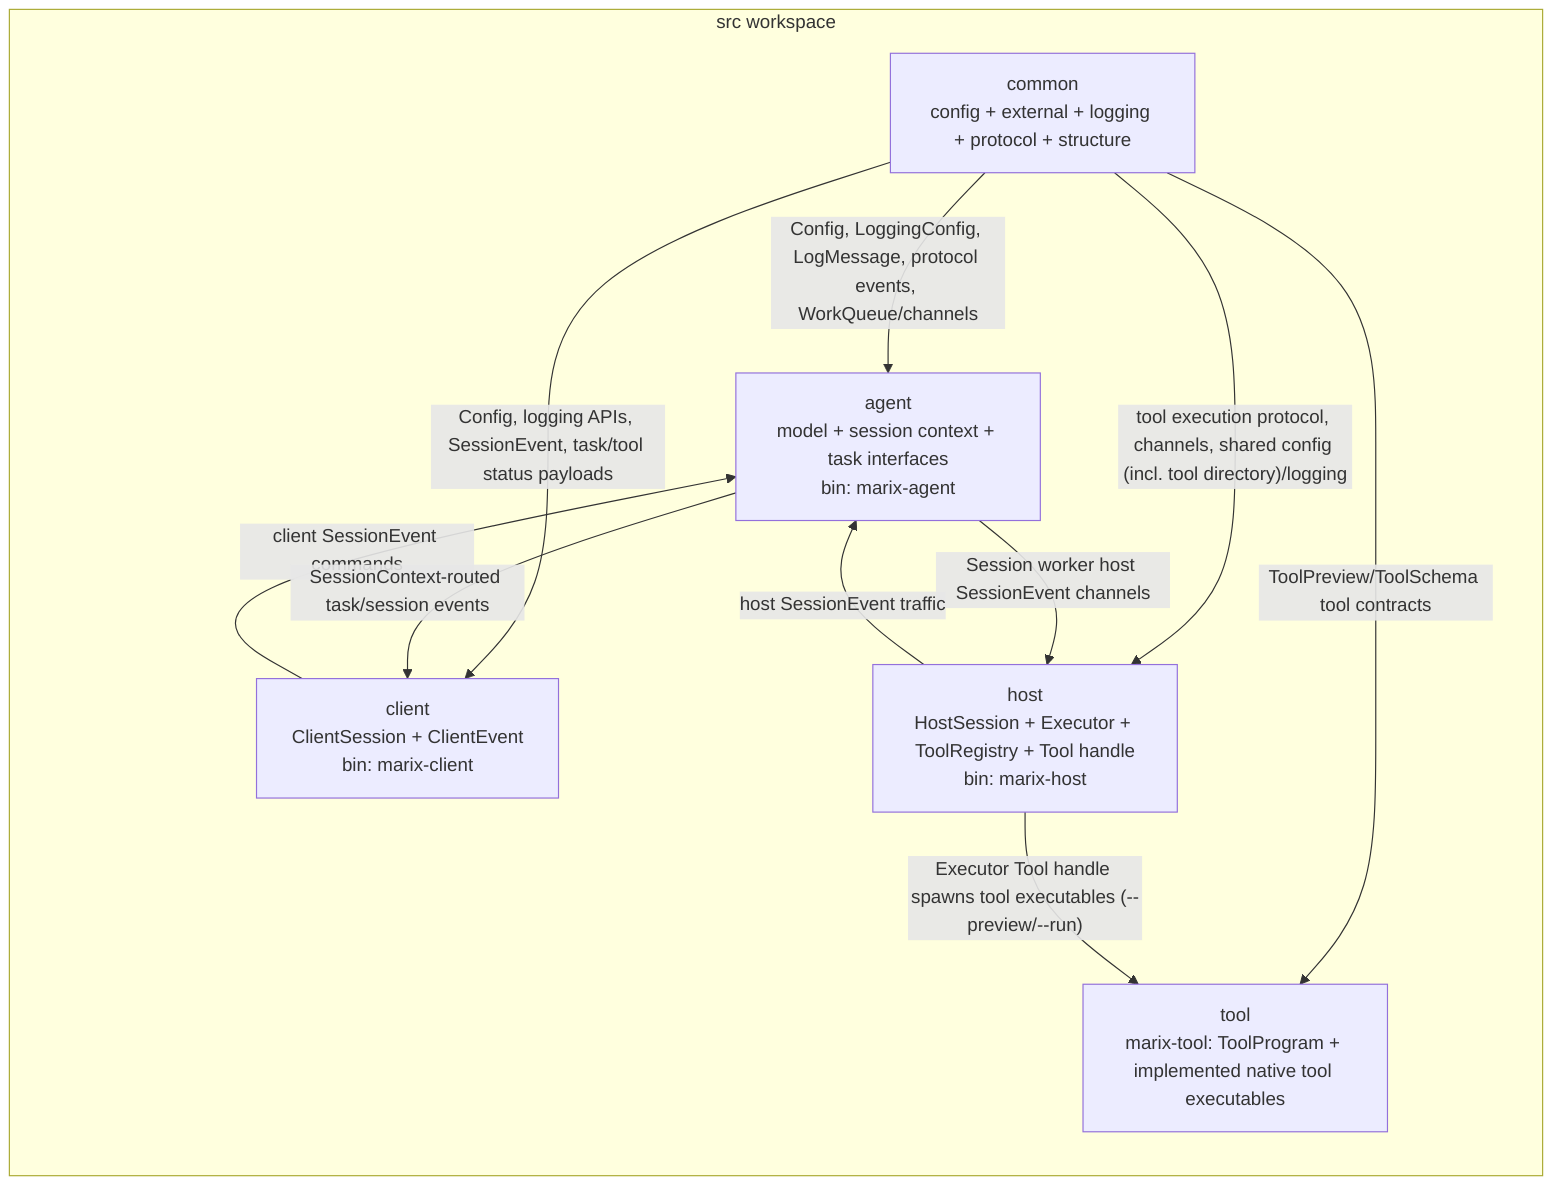
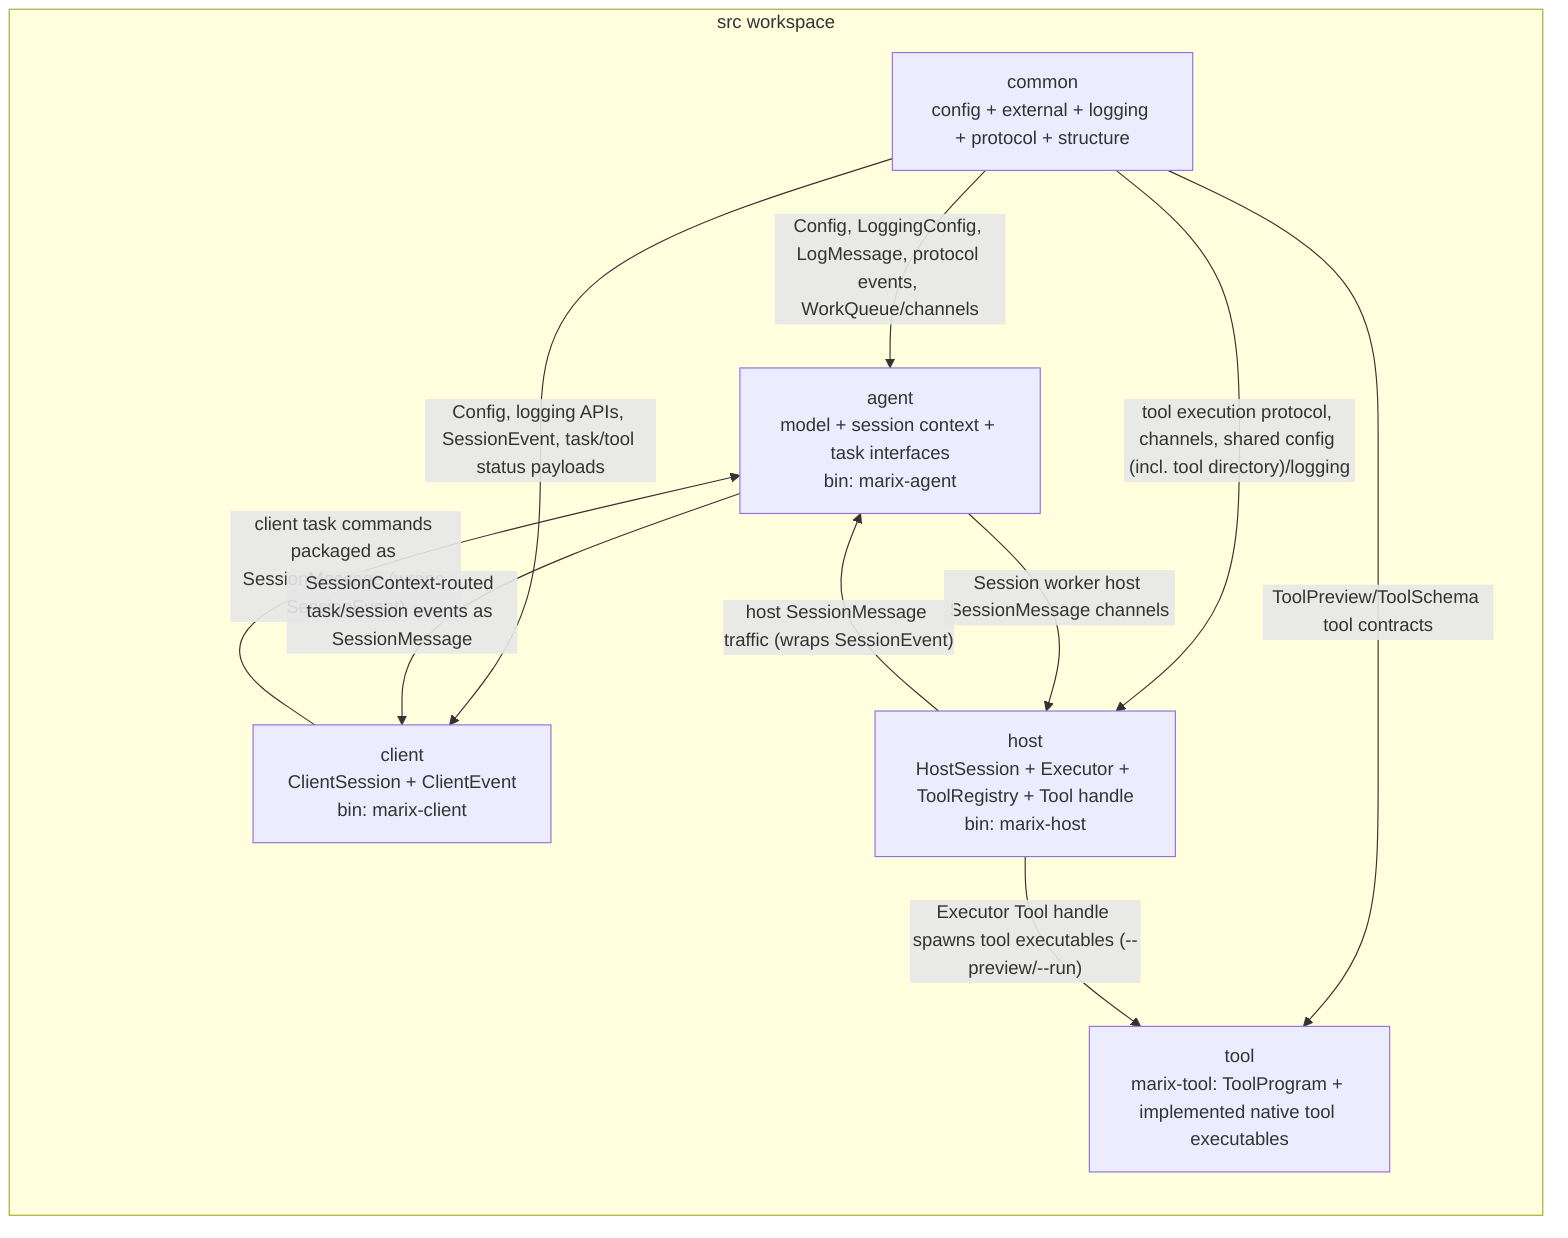
flowchart LR
-   %% Flat Cargo crate layout; crate roots wire child modules while concrete APIs live below them. The agent, host, and client crates each ship a binary entry (marix-agent/marix-host/marix-client) alongside their [lib]; every native tool in marix-tool now has an implemented invoke().
+   %% Flat Cargo crate layout; crate roots wire child modules while concrete APIs live below them. The agent, host, and client crates each ship a binary entry (marix-agent/marix-host/marix-client) alongside their [lib]; every native tool in marix-tool now has an implemented invoke(). Between-session (network) channels now carry a SessionMessage envelope (timestamp + source_name + wrapped SessionEvent): each session takes a Config.name, stores it in a SOURCE_NAME static, and exposes a static package_message(SessionEvent) -> SessionMessage; senders package at the network boundary and receivers unwrap message.event, while internal per-Task/per-Execution control channels remain SessionEvent.
  subgraph workspace[src workspace]
    Common["common\nconfig + external + logging + protocol + structure"]
    Agent["agent\nmodel + session context + task interfaces\nbin: marix-agent"]
    Client["client\nClientSession + ClientEvent\nbin: marix-client"]
    Host["host\nHostSession + Executor + ToolRegistry + Tool handle\nbin: marix-host"]
    ToolCrate["tool\nmarix-tool: ToolProgram + implemented native tool executables"]
  end

  Common -->|"Config, LoggingConfig, LogMessage, protocol events, WorkQueue/channels"| Agent
  Common -->|"Config, logging APIs, SessionEvent, task/tool status payloads"| Client
  Common -->|"tool execution protocol, channels, shared config (incl. tool directory)/logging"| Host
-   Client -->|"client SessionEvent commands"| Agent
-   Agent -->|"SessionContext-routed task/session events"| Client
-   Agent -->|"Session worker host SessionEvent channels"| Host
-   Host -->|"host SessionEvent traffic"| Agent
+   Client -->|"client task commands packaged as SessionMessage (wraps SessionEvent)"| Agent
+   Agent -->|"SessionContext-routed task/session events as SessionMessage"| Client
+   Agent -->|"Session worker host SessionMessage channels"| Host
+   Host -->|"host SessionMessage traffic (wraps SessionEvent)"| Agent
  Common -->|"ToolPreview/ToolSchema tool contracts"| ToolCrate
  Host -->|"Executor Tool handle spawns tool executables (--preview/--run)"| ToolCrate
